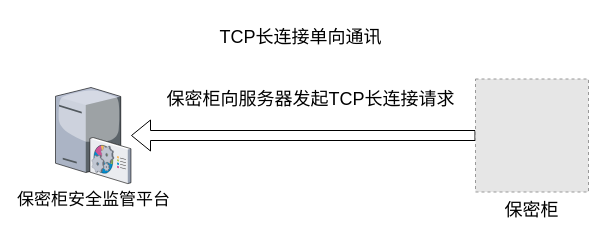
Before: 老面板的通讯机制.drawio in captain188/draw.io, a draw.io diagram. Source tidied: cells renumbered, new cells numbered last; positions are measured from the earlier drawing's top-left corner, leaving out a move shared by most shapes. Both pictures are drawn from the tidied source at 100%, with x=0, y=0 at pixel (55, 17). Pictures stored in the file or linked from it are replaced by grey dashed boxes.
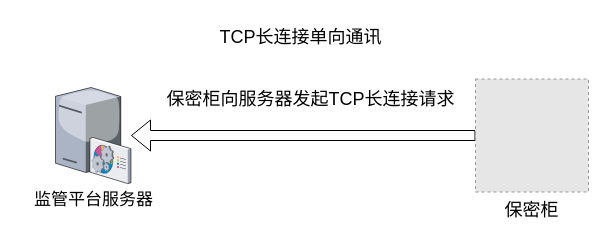
Above is the later version.

Commit message (it also covers changes not shown here):
更新老面板的通讯机制.drawio

What changed in the source:
```diff
@@
 <mxGraphModel>
   <root>
     <mxCell id="0" />
     <mxCell id="1" parent="0" />
     <mxCell id="2" style="edgeStyle=orthogonalEdgeStyle;rounded=0;jettySize=auto;html=1;shape=flexArrow;startArrow=block;endArrow=none;endFill=0;" parent="1" edge="1" source="3" target="4">
       <mxGeometry relative="1" as="geometry" />
     </mxCell>
-    <mxCell id="3" value="保密柜安全监管平台" style="verticalLabelPosition=bottom;sketch=0;html=1;verticalAlign=top;strokeColor=none;align=center;outlineConnect=0;shape=mxgraph.citrix.command_center;fontSize=17;" parent="1" vertex="1">
+    <mxCell id="3" value="监管平台服务器" style="verticalLabelPosition=bottom;sketch=0;html=1;verticalAlign=top;strokeColor=none;align=center;outlineConnect=0;shape=mxgraph.citrix.command_center;fontSize=17;" parent="1" vertex="1">
       <mxGeometry y="70" width="75.5" height="96" as="geometry" />
     </mxCell>
     <mxCell id="4" value="保密柜" style="fillColor=#E6E6E6;strokeColor=#999999;dashed=1;verticalLabelPosition=bottom;verticalAlign=top;fontSize=18;" parent="1" vertex="1">
       <mxGeometry x="420" y="61.5" width="113" height="113" as="geometry" />
     </mxCell>
     <mxCell id="5" value="TCP长连接单向通讯" style="text;html=1;align=center;verticalAlign=middle;strokeColor=none;fillColor=none;fontSize=18;" parent="1" vertex="1">
       <mxGeometry x="150" width="190" height="40" as="geometry" />
     </mxCell>
     <mxCell id="6" value="保密柜向服务器发起TCP长连接请求" style="text;html=1;align=center;verticalAlign=middle;strokeColor=none;fillColor=none;fontSize=18;" parent="1" vertex="1">
       <mxGeometry x="100" y="61.5" width="310" height="40" as="geometry" />
     </mxCell>
   </root>
 </mxGraphModel>
```
